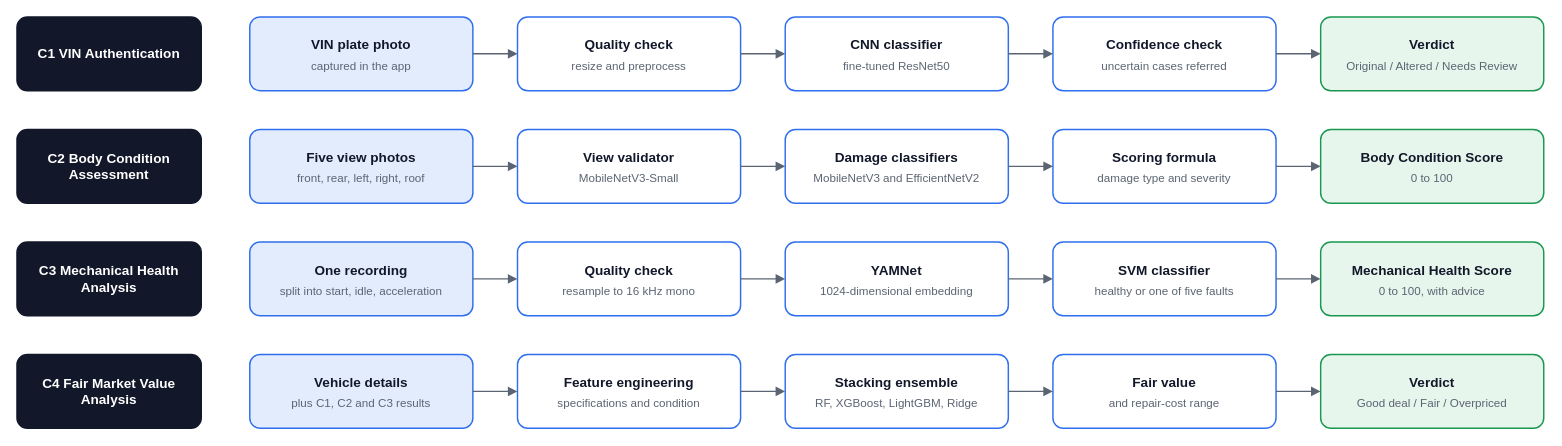
Isu12/Watinakama-Intro_website keeps this draw.io diagram as diagrams/component-pipelines.drawio. Above is the earlier version. Source tidied: cells renumbered, new cells numbered last; positions are measured from the earlier drawing's top-left corner, leaving out a move shared by most shapes. Both pictures are drawn from the tidied source at 97%, with x=0, y=0 at pixel (16, 16).
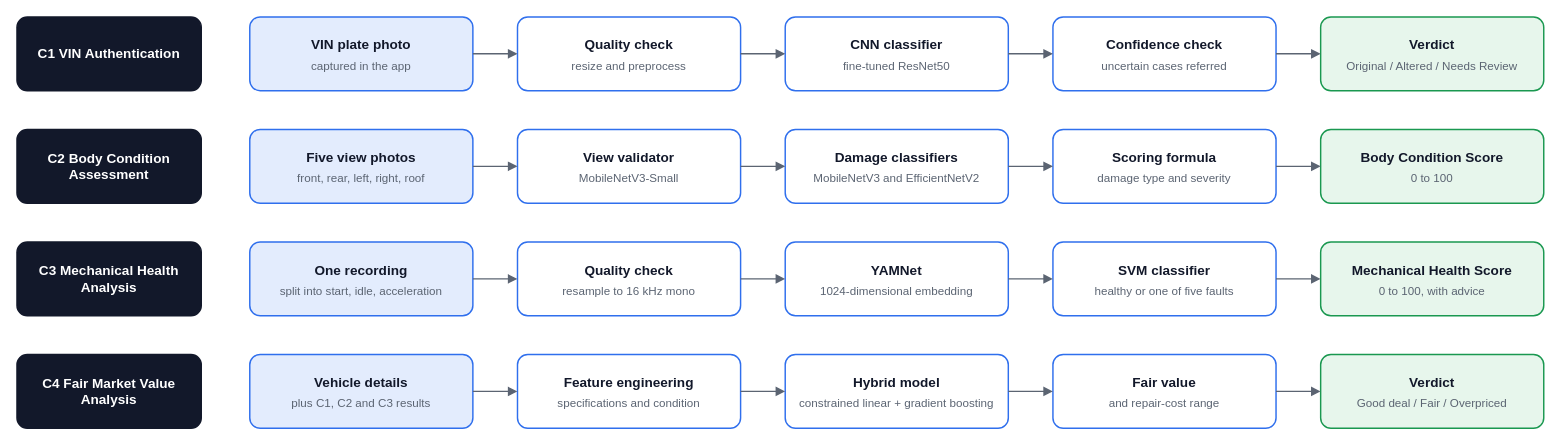
The same diagram, later.

Commit message (it also covers changes not shown here):
Update C4 price model results to the hybrid model

What changed in the source:
```diff
@@
-    <mxCell id="53" value="Stacking ensemble" style="rounded=1;whiteSpace=wrap;html=0;fontStyle=1;arcSize=14;strokeWidth=1.5;fontSize=14;fontColor=#12182A;fontFamily=Helvetica;fillColor=#FFFFFF;strokeColor=#2F6FED;verticalAlign=top;spacingTop=14;" parent="1" vertex="1">
+    <mxCell id="53" value="Hybrid model" style="rounded=1;whiteSpace=wrap;html=0;fontStyle=1;arcSize=14;strokeWidth=1.5;fontSize=14;fontColor=#12182A;fontFamily=Helvetica;fillColor=#FFFFFF;strokeColor=#2F6FED;verticalAlign=top;spacingTop=14;" parent="1" vertex="1">
       <mxGeometry x="792" y="348" width="230" height="76" as="geometry" />
     </mxCell>
-    <mxCell id="54" value="RF, XGBoost, LightGBM, Ridge" style="text;html=0;whiteSpace=wrap;align=center;verticalAlign=middle;strokeColor=none;fillColor=none;fontSize=12;fontFamily=Helvetica;fontColor=#5B6472;" parent="53" vertex="1">
+    <mxCell id="54" value="constrained linear + gradient boosting" style="text;html=0;whiteSpace=wrap;align=center;verticalAlign=middle;strokeColor=none;fillColor=none;fontSize=12;fontFamily=Helvetica;fontColor=#5B6472;" parent="53" vertex="1">
       <mxGeometry x="4" y="40" width="222" height="22" as="geometry" />
     </mxCell>
```
